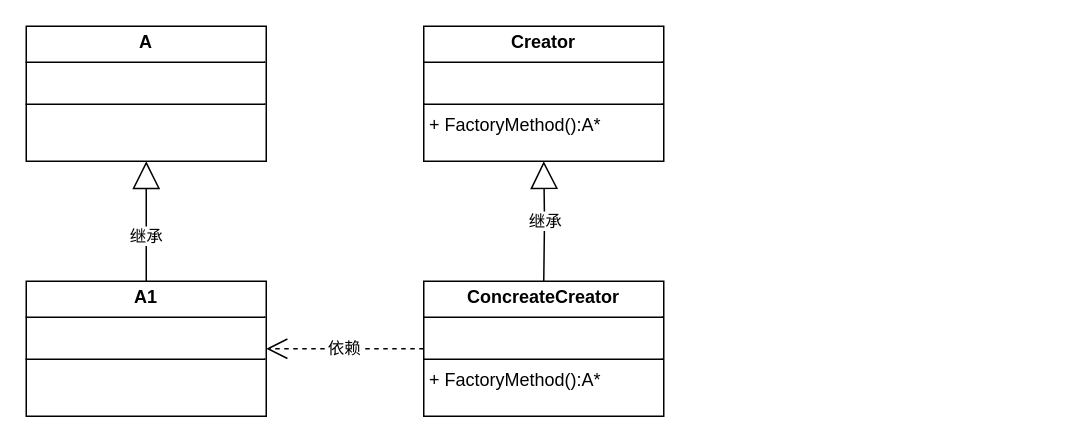
Earlier version of the draw.io diagram page "工厂模式" (4 of 5) of 设计模式.drawio (liyunhao2/technology). Source tidied: cells renumbered, new cells numbered last; positions are measured from the earlier drawing's top-left corner, leaving out a move shared by most shapes. Both pictures are drawn from the tidied source at 150%, with x=0, y=0 at pixel (26, 26).
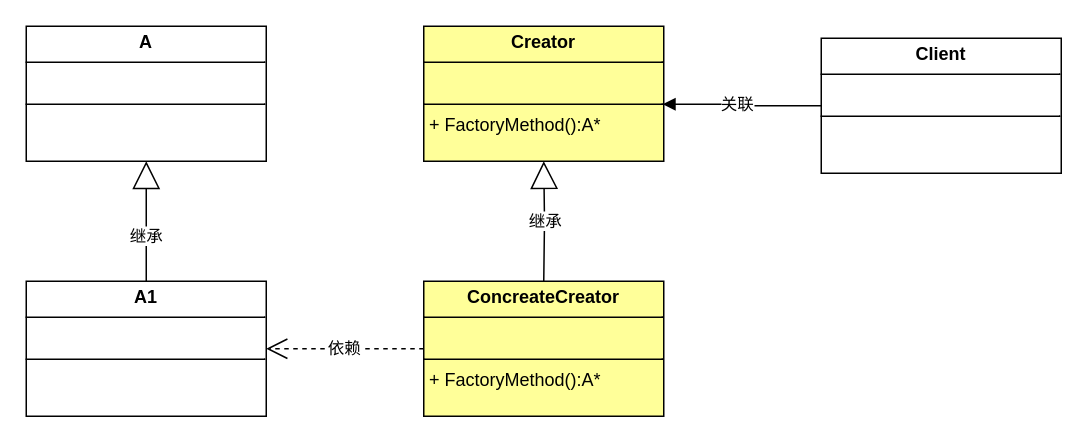
The same diagram, later.

Diff of the diagram source:
```diff
@@
 <mxGraphModel>
   <root>
     <mxCell id="0" />
     <mxCell id="1" parent="0" />
     <mxCell id="2" value="&lt;p style=&quot;margin:0px;margin-top:4px;text-align:center;&quot;&gt;&lt;b&gt;A&lt;/b&gt;&lt;/p&gt;&lt;hr size=&quot;1&quot; style=&quot;border-style:solid;&quot;&gt;&lt;p style=&quot;margin:0px;margin-left:4px;&quot;&gt;&lt;br&gt;&lt;/p&gt;&lt;hr size=&quot;1&quot; style=&quot;border-style:solid;&quot;&gt;&lt;p style=&quot;margin:0px;margin-left:4px;&quot;&gt;&lt;br&gt;&lt;/p&gt;" style="verticalAlign=top;align=left;overflow=fill;html=1;whiteSpace=wrap;" parent="1" vertex="1">
       <mxGeometry width="160" height="90" as="geometry" />
     </mxCell>
     <mxCell id="3" value="&lt;p style=&quot;margin:0px;margin-top:4px;text-align:center;&quot;&gt;&lt;b&gt;A1&lt;/b&gt;&lt;/p&gt;&lt;hr size=&quot;1&quot; style=&quot;border-style:solid;&quot;&gt;&lt;p style=&quot;margin:0px;margin-left:4px;&quot;&gt;&lt;br&gt;&lt;/p&gt;&lt;hr size=&quot;1&quot; style=&quot;border-style:solid;&quot;&gt;&lt;p style=&quot;margin:0px;margin-left:4px;&quot;&gt;&lt;br&gt;&lt;/p&gt;" style="verticalAlign=top;align=left;overflow=fill;html=1;whiteSpace=wrap;" parent="1" vertex="1">
       <mxGeometry y="170" width="160" height="90" as="geometry" />
     </mxCell>
     <mxCell id="4" value="继承" style="endArrow=block;endSize=16;endFill=0;html=1;rounded=0;edgeStyle=orthogonalEdgeStyle;entryX=0.5;entryY=1;entryDx=0;entryDy=0;exitX=0.5;exitY=0;exitDx=0;exitDy=0;" parent="1" edge="1" source="3" target="2">
       <mxGeometry x="-0.25" relative="1" as="geometry">
         <Array as="points">
           <mxPoint x="80" y="140" />
           <mxPoint x="80" y="140" />
         </Array>
       </mxGeometry>
     </mxCell>
-    <mxCell id="5" value="&lt;p style=&quot;margin:0px;margin-top:4px;text-align:center;&quot;&gt;&lt;b&gt;Creator&lt;/b&gt;&lt;/p&gt;&lt;hr size=&quot;1&quot; style=&quot;border-style:solid;&quot;&gt;&lt;p style=&quot;margin:0px;margin-left:4px;&quot;&gt;&lt;br&gt;&lt;/p&gt;&lt;hr size=&quot;1&quot; style=&quot;border-style:solid;&quot;&gt;&lt;p style=&quot;margin:0px;margin-left:4px;&quot;&gt;+&amp;nbsp;&lt;span style=&quot;background-color: initial;&quot;&gt;FactoryMethod():A*&lt;/span&gt;&lt;/p&gt;" style="verticalAlign=top;align=left;overflow=fill;html=1;whiteSpace=wrap;" parent="1" vertex="1">
+    <mxCell id="5" value="&lt;p style=&quot;margin:0px;margin-top:4px;text-align:center;&quot;&gt;&lt;b&gt;Creator&lt;/b&gt;&lt;/p&gt;&lt;hr size=&quot;1&quot; style=&quot;border-style:solid;&quot;&gt;&lt;p style=&quot;margin:0px;margin-left:4px;&quot;&gt;&lt;br&gt;&lt;/p&gt;&lt;hr size=&quot;1&quot; style=&quot;border-style:solid;&quot;&gt;&lt;p style=&quot;margin:0px;margin-left:4px;&quot;&gt;+&amp;nbsp;&lt;span style=&quot;background-color: initial;&quot;&gt;FactoryMethod():A*&lt;/span&gt;&lt;/p&gt;" style="verticalAlign=top;align=left;overflow=fill;html=1;whiteSpace=wrap;fillColor=#FFFF99;" parent="1" vertex="1">
       <mxGeometry x="265" width="160" height="90" as="geometry" />
     </mxCell>
-    <mxCell id="6" value="&lt;p style=&quot;margin:0px;margin-top:4px;text-align:center;&quot;&gt;&lt;b&gt;ConcreateCreator&lt;/b&gt;&lt;/p&gt;&lt;hr size=&quot;1&quot; style=&quot;border-style:solid;&quot;&gt;&lt;p style=&quot;margin:0px;margin-left:4px;&quot;&gt;&lt;br&gt;&lt;/p&gt;&lt;hr size=&quot;1&quot; style=&quot;border-style:solid;&quot;&gt;&lt;p style=&quot;margin:0px;margin-left:4px;&quot;&gt;+&amp;nbsp;&lt;span style=&quot;background-color: initial;&quot;&gt;FactoryMethod():A*&lt;/span&gt;&lt;/p&gt;" style="verticalAlign=top;align=left;overflow=fill;html=1;whiteSpace=wrap;" parent="1" vertex="1">
+    <mxCell id="6" value="&lt;p style=&quot;margin:0px;margin-top:4px;text-align:center;&quot;&gt;&lt;b&gt;ConcreateCreator&lt;/b&gt;&lt;/p&gt;&lt;hr size=&quot;1&quot; style=&quot;border-style:solid;&quot;&gt;&lt;p style=&quot;margin:0px;margin-left:4px;&quot;&gt;&lt;br&gt;&lt;/p&gt;&lt;hr size=&quot;1&quot; style=&quot;border-style:solid;&quot;&gt;&lt;p style=&quot;margin:0px;margin-left:4px;&quot;&gt;+&amp;nbsp;&lt;span style=&quot;background-color: initial;&quot;&gt;FactoryMethod():A*&lt;/span&gt;&lt;/p&gt;" style="verticalAlign=top;align=left;overflow=fill;html=1;whiteSpace=wrap;fillColor=#FFFF99;" parent="1" vertex="1">
       <mxGeometry x="265" y="170" width="160" height="90" as="geometry" />
     </mxCell>
     <mxCell id="7" value="继承" style="endArrow=block;endSize=16;endFill=0;html=1;rounded=0;edgeStyle=orthogonalEdgeStyle;entryX=0.5;entryY=1;entryDx=0;entryDy=0;" parent="1" edge="1" target="5">
       <mxGeometry relative="1" as="geometry">
         <mxPoint x="345" y="170" as="sourcePoint" />
       </mxGeometry>
     </mxCell>
     <mxCell id="8" value="依赖" style="endArrow=open;endSize=12;dashed=1;html=1;rounded=0;edgeStyle=orthogonalEdgeStyle;entryX=1;entryY=0.5;entryDx=0;entryDy=0;exitX=0;exitY=0.5;exitDx=0;exitDy=0;" parent="1" edge="1" source="6" target="3">
       <mxGeometry relative="1" as="geometry" />
     </mxCell>
+    <mxCell id="9" value="&lt;p style=&quot;margin:0px;margin-top:4px;text-align:center;&quot;&gt;&lt;b&gt;Client&lt;/b&gt;&lt;/p&gt;&lt;hr size=&quot;1&quot; style=&quot;border-style:solid;&quot;&gt;&lt;p style=&quot;margin:0px;margin-left:4px;&quot;&gt;&lt;br&gt;&lt;/p&gt;&lt;hr size=&quot;1&quot; style=&quot;border-style:solid;&quot;&gt;&lt;p style=&quot;margin:0px;margin-left:4px;&quot;&gt;&lt;br&gt;&lt;/p&gt;" style="verticalAlign=top;align=left;overflow=fill;html=1;whiteSpace=wrap;" parent="1" vertex="1">
+      <mxGeometry x="530" y="8" width="160" height="90" as="geometry" />
+    </mxCell>
+    <mxCell id="10" style="endArrow=block;startArrow=none;endFill=1;startFill=0;html=1;rounded=0;edgeStyle=orthogonalEdgeStyle;exitX=0;exitY=0.5;exitDx=0;exitDy=0;entryX=0.996;entryY=0.578;entryDx=0;entryDy=0;entryPerimeter=0;" parent="1" edge="1" source="9" target="5">
+      <mxGeometry relative="1" as="geometry" />
+    </mxCell>
+    <mxCell id="11" value="关联" style="edgeLabel;html=1;align=center;verticalAlign=middle;" parent="10" vertex="1">
+      <mxGeometry x="0.07" y="-1" relative="1" as="geometry" />
+    </mxCell>
   </root>
 </mxGraphModel>
```
